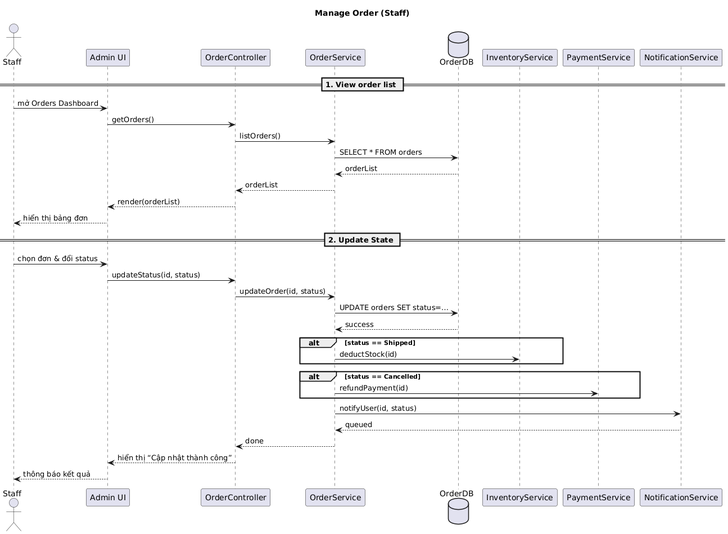
Earlier version of the Mermaid export sequence/manage_order.png (hungtran3011/SAD-uml). Its source is kept beside it as sequence/manage_order.mmd.
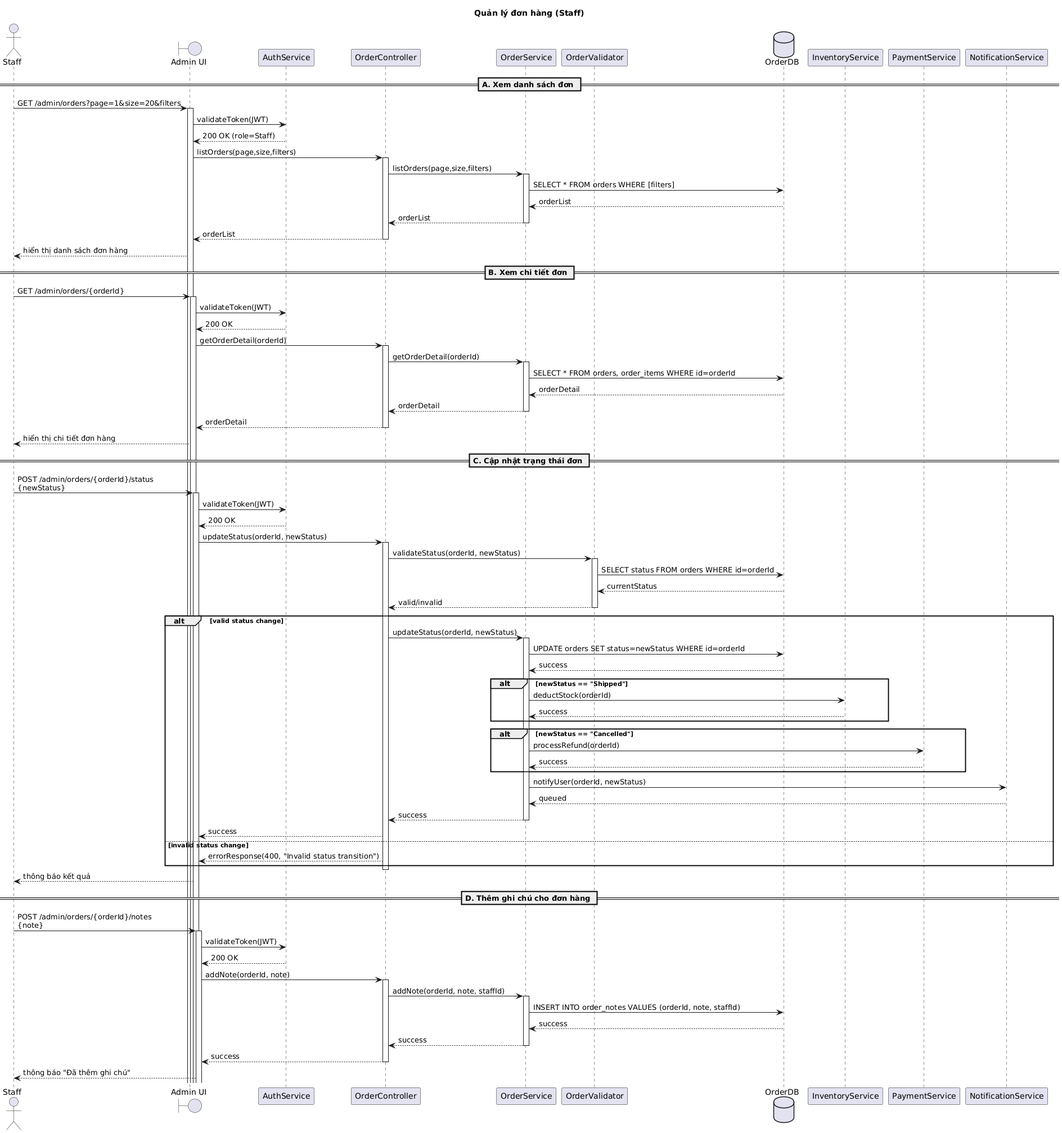
Above is the later version.

Commit message:
fix manage_order_seq and add docs

Diff of the diagram source:
```diff
@@ -1,43 +1,114 @@
 @startuml
-title Manage Order (Staff)
+title Quản lý đơn hàng (Staff)
 
-actor Staff
-participant "Admin UI" as UI
+actor "Staff" as Staff
+boundary "Admin UI" as UI
+participant "AuthService" as Auth
 participant "OrderController" as OC
 participant "OrderService" as OS
-database  "OrderDB" as DB
+participant "OrderValidator" as OV
+database "OrderDB" as DB
 participant "InventoryService" as IS
 participant "PaymentService" as PS
 participant "NotificationService" as NS
 
-== 1. View order list ==
-Staff -> UI : mở Orders Dashboard
-UI    -> OC : getOrders()
-OC    -> OS : listOrders()
-OS    -> DB : SELECT * FROM orders
-DB   --> OS : orderList
-OS   --> OC : orderList
-OC   --> UI : render(orderList)
-UI   --> Staff : hiển thị bảng đơn
+== A. Xem danh sách đơn ==
+Staff -> UI : GET /admin/orders?page=1&size=20&filters
+activate UI
+UI -> Auth : validateToken(JWT)
+Auth --> UI : 200 OK (role=Staff)
 
-== 2. Update State ==
-Staff -> UI : chọn đơn & đổi status
-UI    -> OC : updateStatus(id, status)
-OC    -> OS : updateOrder(id, status)
-OS    -> DB : UPDATE orders SET status=…
-DB   --> OS : success
+UI -> OC : listOrders(page,size,filters)
+activate OC
+OC -> OS : listOrders(page,size,filters)
+activate OS
+OS -> DB : SELECT * FROM orders WHERE [filters]
+DB --> OS : orderList
+OS --> OC : orderList
+deactivate OS
+OC --> UI : orderList
+deactivate OC
+UI --> Staff : hiển thị danh sách đơn hàng
 
-alt status == Shipped
-  OS -> IS : deductStock(id)
+== B. Xem chi tiết đơn ==
+Staff -> UI : GET /admin/orders/{orderId}
+activate UI
+UI -> Auth : validateToken(JWT)
+Auth --> UI : 200 OK
+
+UI -> OC : getOrderDetail(orderId)
+activate OC
+OC -> OS : getOrderDetail(orderId)
+activate OS
+OS -> DB : SELECT * FROM orders, order_items WHERE id=orderId
+DB --> OS : orderDetail
+OS --> OC : orderDetail
+deactivate OS
+OC --> UI : orderDetail
+deactivate OC
+UI --> Staff : hiển thị chi tiết đơn hàng
+
+== C. Cập nhật trạng thái đơn ==
+Staff -> UI : POST /admin/orders/{orderId}/status\n{newStatus}
+activate UI
+UI -> Auth : validateToken(JWT)
+Auth --> UI : 200 OK
+
+UI -> OC : updateStatus(orderId, newStatus)
+activate OC
+
+OC -> OV : validateStatus(orderId, newStatus)
+activate OV
+OV -> DB : SELECT status FROM orders WHERE id=orderId
+DB --> OV : currentStatus
+OV --> OC : valid/invalid
+deactivate OV
+
+alt valid status change
+  OC -> OS : updateStatus(orderId, newStatus)
+  activate OS
+  OS -> DB : UPDATE orders SET status=newStatus WHERE id=orderId
+  DB --> OS : success
+
+  alt newStatus == "Shipped"
+    OS -> IS : deductStock(orderId)
+    IS --> OS : success
+  end
+
+  alt newStatus == "Cancelled"
+    OS -> PS : processRefund(orderId)
+    PS --> OS : success
+  end
+
+  OS -> NS : notifyUser(orderId, newStatus)
+  NS --> OS : queued
+
+  OS --> OC : success
+  deactivate OS
+  OC --> UI : success
+else invalid status change
+  OC --> UI : errorResponse(400, "Invalid status transition")
 end
 
-alt status == Cancelled
-  OS -> PS : refundPayment(id)
-end
+deactivate OC
+UI --> Staff : thông báo kết quả
 
-OS -> NS : notifyUser(id, status)
-NS --> OS : queued
-OS --> OC : done
-OC --> UI : hiển thị “Cập nhật thành công”
-UI --> Staff : thông báo kết quả
+== D. Thêm ghi chú cho đơn hàng ==
+Staff -> UI : POST /admin/orders/{orderId}/notes\n{note}
+activate UI
+UI -> Auth : validateToken(JWT)
+Auth --> UI : 200 OK
+
+UI -> OC : addNote(orderId, note)
+activate OC
+OC -> OS : addNote(orderId, note, staffId)
+activate OS
+OS -> DB : INSERT INTO order_notes VALUES (orderId, note, staffId)
+DB --> OS : success
+OS --> OC : success
+deactivate OS
+OC --> UI : success
+deactivate OC
+UI --> Staff : thông báo "Đã thêm ghi chú"
+
 @enduml
```
